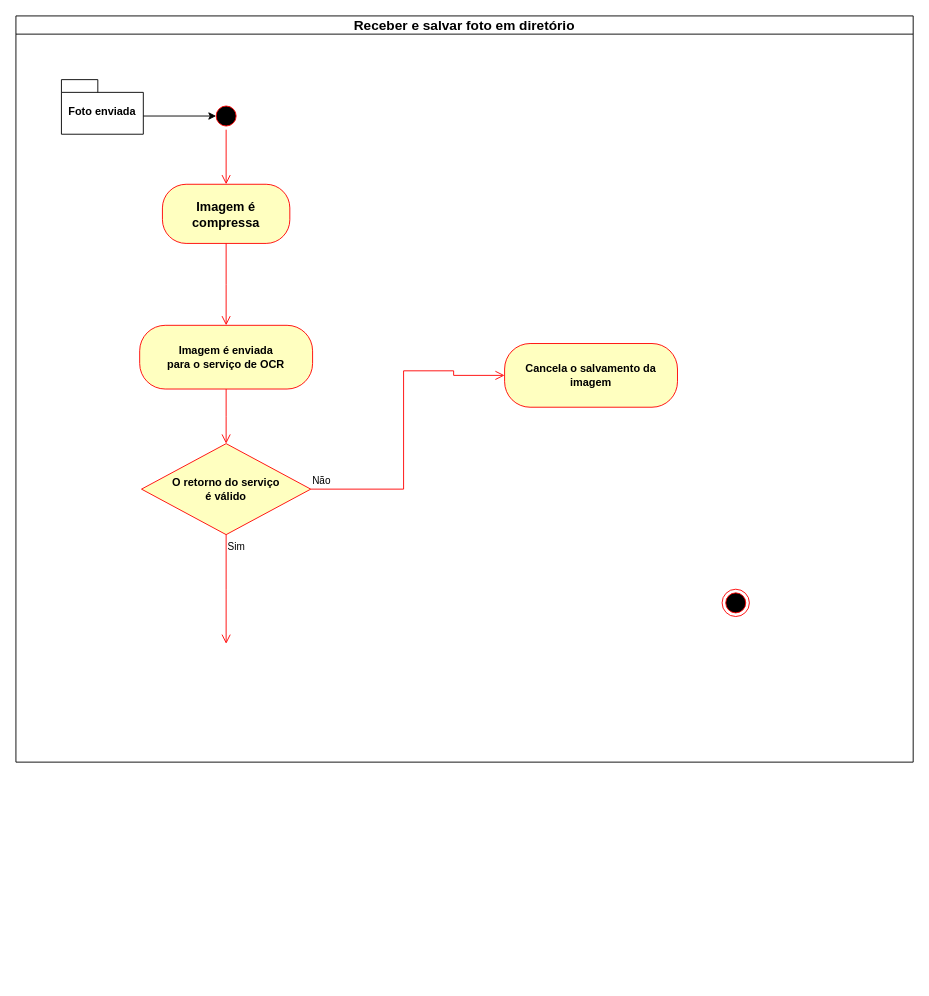
Before: Atividade.drawio in zanellaz/javascripto, a draw.io diagram. Source tidied: cells renumbered, new cells numbered last; positions are measured from the earlier drawing's top-left corner, leaving out a move shared by most shapes. Both pictures are drawn from the tidied source at 91%, with x=0, y=0 at pixel (15, 15).
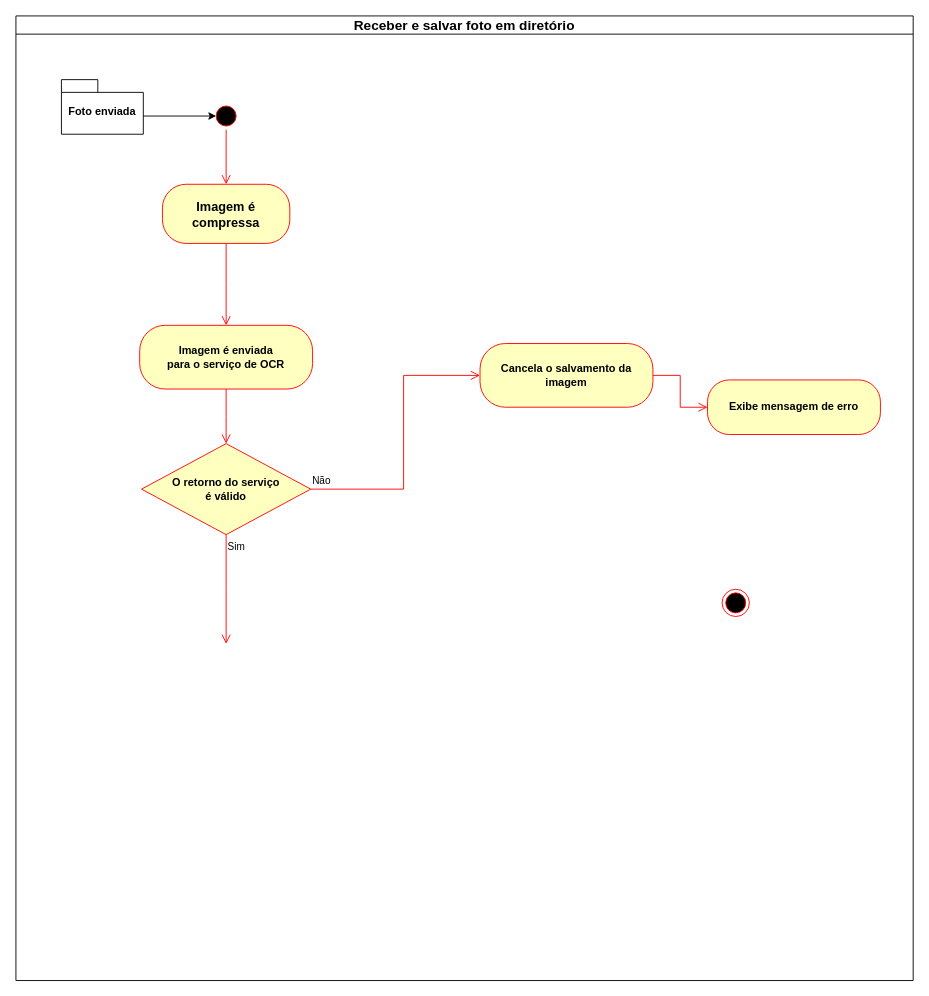
Above is the later version.

The change refers to these unchanged cells:
```xml
<mxCell id="12" value="&lt;b&gt;O retorno do serviço&lt;br&gt; é válido&lt;/b&gt;" style="rhombus;whiteSpace=wrap;html=1;fontColor=#000000;fillColor=#ffffc0;strokeColor=#ff0000;" parent="2" vertex="1">
  <mxGeometry x="138" y="470" width="186" height="100" as="geometry" />
</mxCell>
```

The edit, as a diff of the source:
```diff
@@
     <mxCell id="2" value="&lt;font style=&quot;font-size: 15px;&quot;&gt;Receber e salvar foto em diretório&lt;/font&gt;" style="swimlane;whiteSpace=wrap;html=1;startSize=20;" parent="1" vertex="1">
-      <mxGeometry width="986" height="820" as="geometry" />
+      <mxGeometry width="986" height="1060" as="geometry" />
     </mxCell>
@@
     <mxCell id="13" value="Não" style="edgeStyle=orthogonalEdgeStyle;html=1;align=left;verticalAlign=bottom;endArrow=open;endSize=8;strokeColor=#ff0000;rounded=0;entryX=0;entryY=0.5;entryDx=0;entryDy=0;" parent="2" edge="1" source="12" target="15">
       <mxGeometry x="-1" relative="1" as="geometry">
         <Array as="points">
           <mxPoint x="426" y="520" />
-          <mxPoint x="426" y="390" />
-          <mxPoint x="481" y="390" />
-          <mxPoint x="481" y="395" />
+          <mxPoint x="426" y="395" />
         </Array>
       </mxGeometry>
     </mxCell>
@@
     <mxCell id="15" value="&lt;b&gt;Cancela o salvamento da imagem&lt;br&gt;&lt;/b&gt;" style="rounded=1;whiteSpace=wrap;html=1;arcSize=40;fontColor=#000000;fillColor=#ffffc0;strokeColor=#ff0000;" parent="2" vertex="1">
-      <mxGeometry x="537" y="360" width="190" height="70" as="geometry" />
+      <mxGeometry x="510" y="360" width="190" height="70" as="geometry" />
     </mxCell>
+    <mxCell id="16" value="&lt;b&gt;Exibe mensagem de erro&lt;/b&gt;" style="rounded=1;whiteSpace=wrap;html=1;arcSize=40;fontColor=#000000;fillColor=#ffffc0;strokeColor=#ff0000;" parent="2" vertex="1">
+      <mxGeometry x="760" y="400" width="190" height="60" as="geometry" />
+    </mxCell>
+    <mxCell id="17" style="edgeStyle=orthogonalEdgeStyle;html=1;verticalAlign=bottom;endArrow=open;endSize=8;strokeColor=#ff0000;rounded=0;exitX=1;exitY=0.5;exitDx=0;exitDy=0;entryX=0;entryY=0.5;entryDx=0;entryDy=0;" parent="2" edge="1" source="15" target="16">
+      <mxGeometry relative="1" as="geometry" />
+    </mxCell>
```
